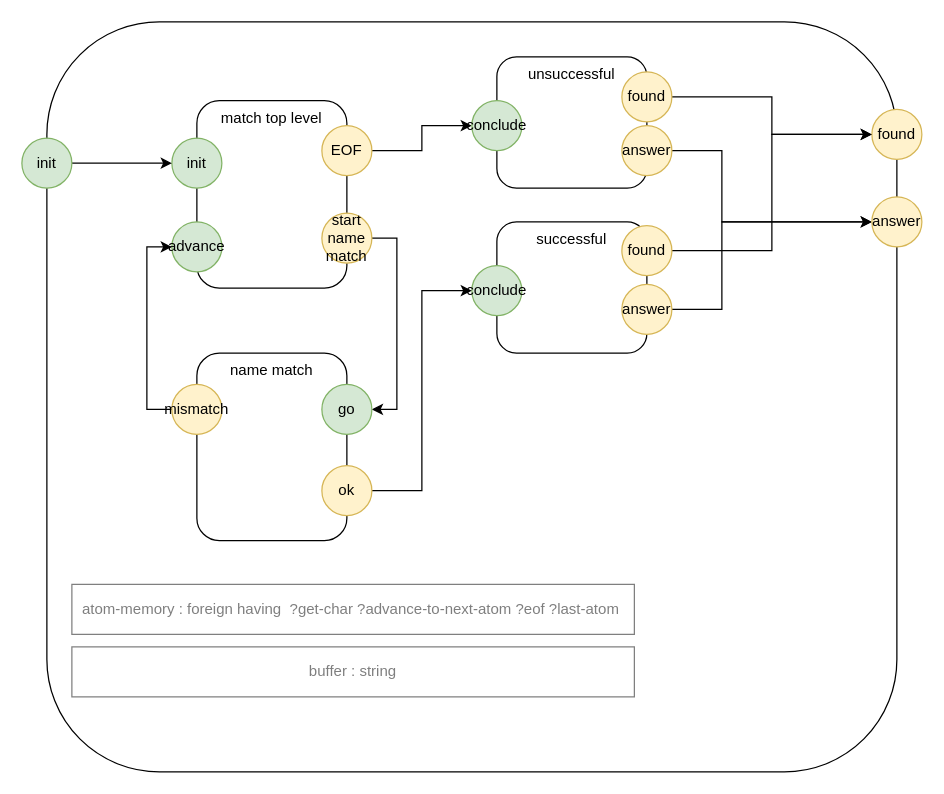
Earlier version of the draw.io diagram page "intern" (2 of 2) of intern.drawio (guitarvydas/cl-sector-lisp). Source tidied: cells renumbered, new cells numbered last; positions are measured from the earlier drawing's top-left corner, leaving out a move shared by most shapes. Both pictures are drawn from the tidied source at 125%, with x=0, y=0 at pixel (21, 21).
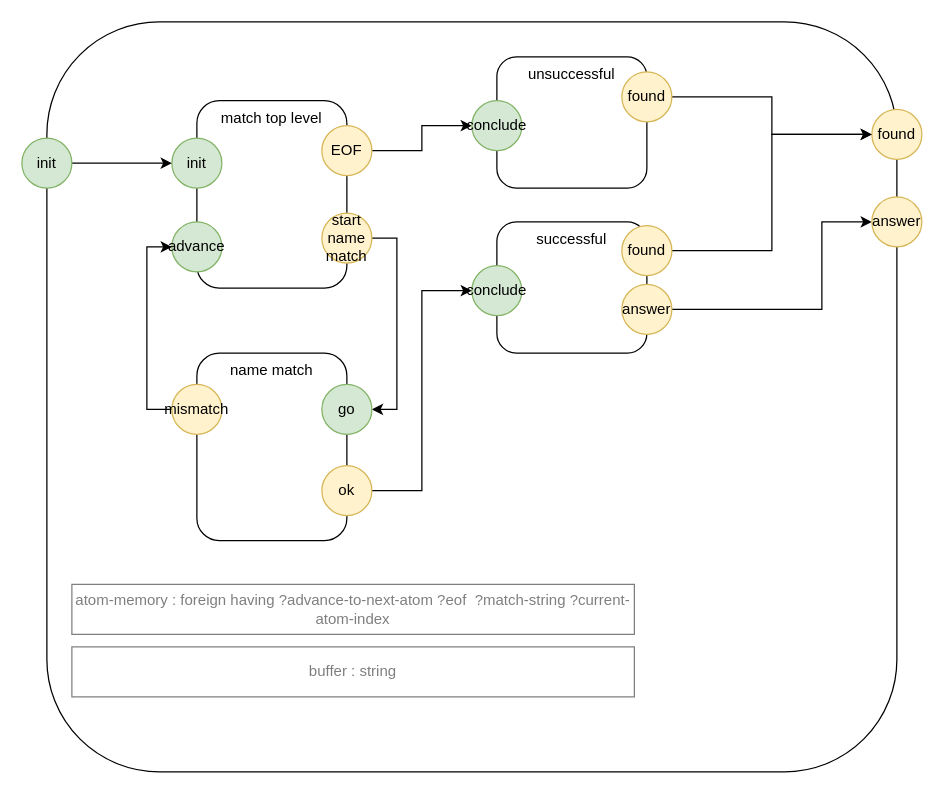
The same page after the edit.

Unchanged cells that the change refers to:
```xml
<mxCell id="17" value="answer" style="ellipse;whiteSpace=wrap;html=1;fillColor=#fff2cc;strokeColor=#d6b656;" parent="1" vertex="1">
  <mxGeometry x="480" y="210" width="40" height="40" as="geometry" />
</mxCell>
<mxCell id="28" value="answer" style="ellipse;whiteSpace=wrap;html=1;fillColor=#fff2cc;strokeColor=#d6b656;" parent="1" vertex="1">
  <mxGeometry x="680" y="140" width="40" height="40" as="geometry" />
</mxCell>
```

The edit, as a diff of the source:
```diff
@@
-    <mxCell id="11" style="edgeStyle=orthogonalEdgeStyle;rounded=0;jettySize=auto;html=1;exitX=1;exitY=0.5;exitDx=0;exitDy=0;entryX=0;entryY=0.5;entryDx=0;entryDy=0;" parent="1" edge="1" source="12" target="28">
-      <mxGeometry relative="1" as="geometry">
-        <Array as="points">
-          <mxPoint x="560" y="103" />
-          <mxPoint x="560" y="160" />
-        </Array>
-      </mxGeometry>
-    </mxCell>
-    <mxCell id="12" value="answer" style="ellipse;whiteSpace=wrap;html=1;fillColor=#fff2cc;strokeColor=#d6b656;" parent="1" vertex="1">
-      <mxGeometry x="480" y="83" width="40" height="40" as="geometry" />
-    </mxCell>
@@
     <mxCell id="16" style="edgeStyle=orthogonalEdgeStyle;rounded=0;jettySize=auto;html=1;exitX=1;exitY=0.5;exitDx=0;exitDy=0;entryX=0;entryY=0.5;entryDx=0;entryDy=0;" parent="1" edge="1" source="17" target="28">
       <mxGeometry relative="1" as="geometry">
         <Array as="points">
-          <mxPoint x="560" y="230" />
-          <mxPoint x="560" y="160" />
+          <mxPoint x="640" y="230" />
+          <mxPoint x="640" y="160" />
         </Array>
       </mxGeometry>
     </mxCell>
@@
-    <mxCell id="34" value="atom-memory : foreign having&amp;nbsp;&amp;nbsp;?get-char ?advance-to-next-atom ?eof ?last-atom&amp;nbsp;" style="rounded=0;whiteSpace=wrap;html=1;opacity=50;textOpacity=50;" parent="1" vertex="1">
+    <mxCell id="34" value="atom-memory : foreign having ?advance-to-next-atom ?eof&amp;nbsp; ?match-string ?current-atom-index" style="rounded=0;whiteSpace=wrap;html=1;opacity=50;textOpacity=50;" parent="1" vertex="1">
       <mxGeometry x="40" y="450" width="450" height="40" as="geometry" />
     </mxCell>
```
